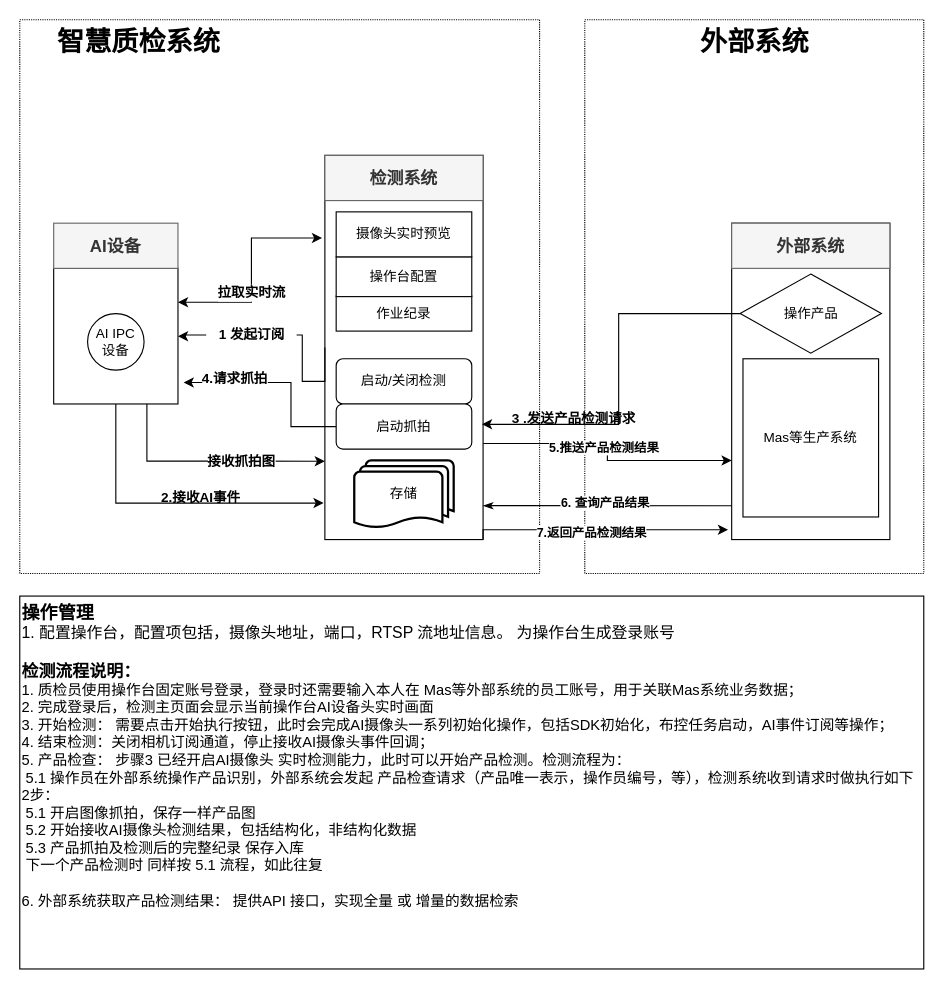
jurentiancheng/drawio-project keeps this draw.io diagram as 智能智检.drawio. Above is the earlier version. Source tidied: cells renumbered, new cells numbered last; positions are measured from the earlier drawing's top-left corner, leaving out a move shared by most shapes. Both pictures are drawn from the tidied source at 113%, with x=0, y=0 at pixel (19, 19).
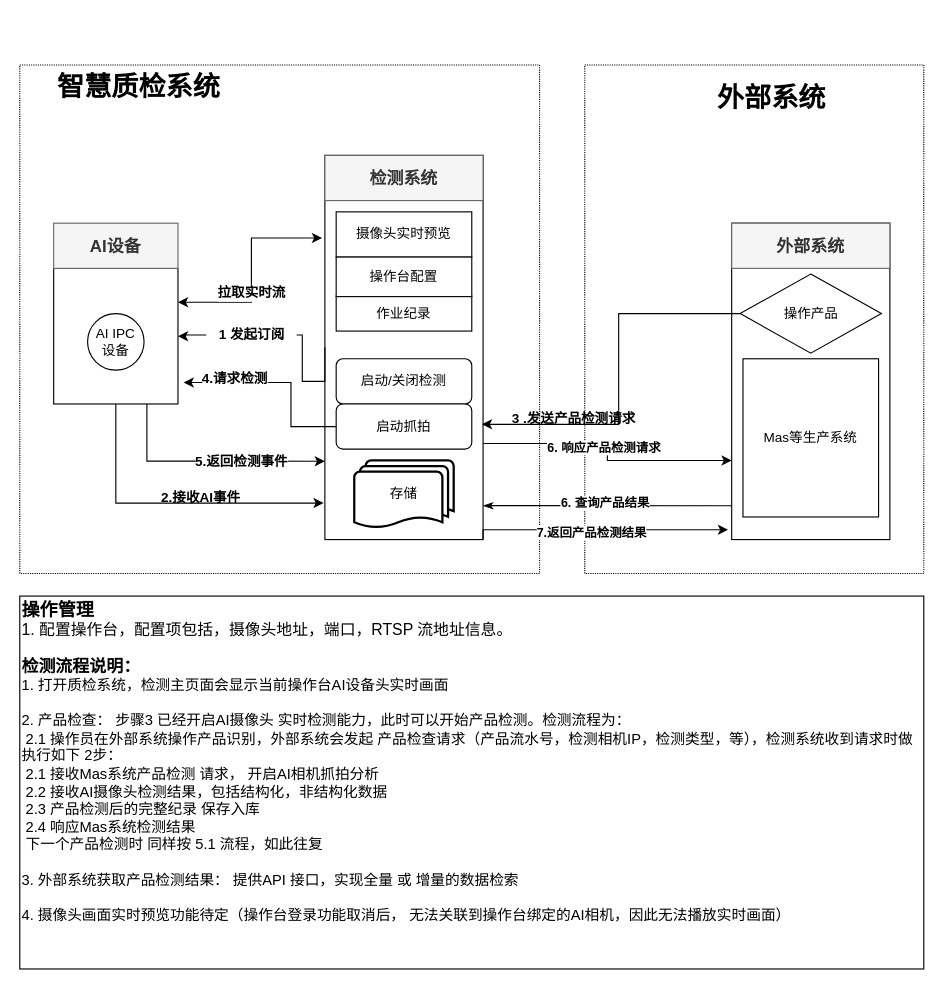
The same page after the edit.

Commit message:
更新智能智检.drawio

The change refers to these unchanged cells:
```xml
<mxCell id="4" style="edgeStyle=orthogonalEdgeStyle;rounded=0;jettySize=auto;html=1;exitX=1;exitY=0.75;exitDx=0;exitDy=0;entryX=0;entryY=0.75;entryDx=0;entryDy=0;" parent="1" edge="1" source="6" target="12">
  <mxGeometry relative="1" as="geometry" />
</mxCell>
<mxCell id="27" style="edgeStyle=orthogonalEdgeStyle;rounded=0;jettySize=auto;html=1;" parent="1" edge="1" source="20">
  <mxGeometry relative="1" as="geometry">
    <mxPoint x="145" y="321" as="targetPoint" />
    <Array as="points">
      <mxPoint x="240" y="360" />
      <mxPoint x="240" y="321" />
    </Array>
  </mxGeometry>
</mxCell>
<mxCell id="29" style="edgeStyle=orthogonalEdgeStyle;rounded=0;jettySize=auto;html=1;exitX=0.75;exitY=1;exitDx=0;exitDy=0;entryX=0;entryY=0.796;entryDx=0;entryDy=0;entryPerimeter=0;" parent="1" edge="1" source="16" target="6">
  <mxGeometry relative="1" as="geometry" />
</mxCell>
```

Change to the diagram source:
```diff
@@
     <mxCell id="2" style="rounded=0;whiteSpace=wrap;html=1;dashed=1;dashPattern=1 1;" parent="1" vertex="1">
-      <mxGeometry x="500" width="300" height="490" as="geometry" />
+      <mxGeometry x="500" y="40" width="300" height="450" as="geometry" />
     </mxCell>
     <mxCell id="3" style="rounded=0;whiteSpace=wrap;html=1;dashed=1;dashPattern=1 1;" parent="1" vertex="1">
-      <mxGeometry width="460" height="490" as="geometry" />
+      <mxGeometry y="40" width="460" height="450" as="geometry" />
     </mxCell>
@@
-    <mxCell id="5" value="5.推送产品检测结果" style="edgeLabel;html=1;align=center;verticalAlign=middle;fontStyle=1;" parent="4" vertex="1">
+    <mxCell id="5" value="6. 响应产品检测请求" style="edgeLabel;html=1;align=center;verticalAlign=middle;fontStyle=1;" parent="4" vertex="1">
       <mxGeometry x="-0.04" y="-4" relative="1" as="geometry" />
     </mxCell>
@@
-    <mxCell id="28" value="4.请求抓拍" style="edgeLabel;html=1;align=center;verticalAlign=middle;fontSize=12;fontStyle=1;" parent="27" vertex="1">
+    <mxCell id="28" value="4.请求检测" style="edgeLabel;html=1;align=center;verticalAlign=middle;fontSize=12;fontStyle=1;" parent="27" vertex="1">
       <mxGeometry x="0.49" y="-4" relative="1" as="geometry" />
     </mxCell>
@@
-    <mxCell id="30" value="接收抓拍图" style="edgeLabel;html=1;align=center;verticalAlign=middle;fontSize=12;fontStyle=1;" parent="29" vertex="1">
+    <mxCell id="30" value="5.返回检测事件" style="edgeLabel;html=1;align=center;verticalAlign=middle;fontSize=12;fontStyle=1;" parent="29" vertex="1">
       <mxGeometry x="0.29" relative="1" as="geometry" />
     </mxCell>
@@
     <mxCell id="36" value="智慧质检系统" style="text;strokeColor=none;fillColor=none;html=1;fontSize=24;fontStyle=1;verticalAlign=middle;align=center;" parent="1" vertex="1">
-      <mxGeometry x="30" width="150" height="40" as="geometry" />
+      <mxGeometry x="30" y="40" width="150" height="40" as="geometry" />
     </mxCell>
     <mxCell id="37" value="外部系统" style="text;strokeColor=none;fillColor=none;html=1;fontSize=24;fontStyle=1;verticalAlign=middle;align=center;" parent="1" vertex="1">
-      <mxGeometry x="575" width="150" height="40" as="geometry" />
+      <mxGeometry x="590" y="50" width="150" height="40" as="geometry" />
     </mxCell>
@@
-    <mxCell id="39" value="&lt;div&gt;&lt;font style=&quot;font-size: 16px;&quot;&gt;操作管理&lt;/font&gt;&lt;/div&gt;&lt;div&gt;&lt;span style=&quot;font-weight: normal;&quot;&gt;&lt;font style=&quot;font-size: 14px;&quot;&gt;1. 配置操作台，配置项包括，摄像头地址，端口，RTSP 流地址信息。 为操作台生成登录账号&lt;/font&gt;&lt;/span&gt;&lt;br&gt;&lt;/div&gt;&lt;div&gt;&lt;br&gt;&lt;/div&gt;&lt;div&gt;&lt;font style=&quot;font-size: 15px;&quot;&gt;检测流程说明：&lt;/font&gt;&lt;/div&gt;&lt;div&gt;&lt;span style=&quot;font-weight: normal;&quot;&gt;1. 质检员使用操作台固定账号登录，登录时还需要输入本人在 Mas等外部系统的员工账号，用于关联Mas系统业务数据；&lt;/span&gt;&lt;/div&gt;&lt;div&gt;&lt;span style=&quot;font-weight: normal;&quot;&gt;2. 完成登录后，检测主页面会显示当前操作台AI设备头实时画面&lt;/span&gt;&lt;/div&gt;&lt;div&gt;&lt;span style=&quot;font-weight: normal;&quot;&gt;3. 开始检测： 需要点击开始执行按钮，此时会完成AI摄像头一系列初始化操作，包括SDK初始化，布控任务启动，AI事件订阅等操作；&lt;/span&gt;&lt;/div&gt;&lt;div&gt;&lt;span style=&quot;font-weight: normal;&quot;&gt;4. 结束检测：关闭相机订阅通道，停止接收AI摄像头事件回调；&lt;/span&gt;&lt;/div&gt;&lt;div&gt;&lt;span style=&quot;font-weight: normal;&quot;&gt;5. 产品检查： 步骤3 已经开启AI摄像头 实时检测能力，此时可以开始产品检测。检测流程为：&lt;/span&gt;&lt;/div&gt;&lt;div&gt;&lt;span style=&quot;font-weight: normal;&quot;&gt;&amp;nbsp;5.1 操作员在外部系统操作产品识别，外部系统会发起 产品检查请求（产品唯一表示，操作员编号，等），检测系统收到请求时做执行如下 2步：&lt;br&gt;&amp;nbsp;5.1 开启图像抓拍，保存一样产品图&lt;/span&gt;&lt;/div&gt;&lt;div&gt;&lt;span style=&quot;font-weight: normal;&quot;&gt;&amp;nbsp;5.2 开始接收AI摄像头检测结果，包括结构化，非结构化数据&lt;/span&gt;&lt;/div&gt;&lt;div&gt;&lt;span style=&quot;font-weight: normal;&quot;&gt;&amp;nbsp;5.3 产品抓拍及检测后的完整纪录 保存入库&lt;/span&gt;&lt;/div&gt;&lt;div&gt;&lt;span style=&quot;font-weight: normal;&quot;&gt;&amp;nbsp;下一个产品检测时 同样按 5.1 流程，如此往复&lt;/span&gt;&lt;/div&gt;&lt;div&gt;&lt;span style=&quot;font-weight: normal;&quot;&gt;&lt;br&gt;&lt;/span&gt;&lt;/div&gt;&lt;div&gt;&lt;span style=&quot;font-weight: normal;&quot;&gt;6. 外部系统获取产品检测结果： 提供API 接口，实现全量 或 增量的数据检索&lt;/span&gt;&lt;/div&gt;&lt;div&gt;&amp;nbsp;&lt;/div&gt;&lt;div&gt;&lt;br&gt;&lt;/div&gt;&lt;div&gt;&lt;br&gt;&lt;/div&gt;" style="text;html=1;whiteSpace=wrap;verticalAlign=middle;overflow=hidden;fontStyle=1;fontSize=13;align=left;" parent="1" vertex="1">
+    <mxCell id="39" value="&lt;div&gt;&lt;font style=&quot;font-size: 16px;&quot;&gt;操作管理&lt;/font&gt;&lt;/div&gt;&lt;div&gt;&lt;span style=&quot;font-weight: normal;&quot;&gt;&lt;font style=&quot;font-size: 14px;&quot;&gt;1. 配置操作台，配置项包括，摄像头地址，端口，RTSP 流地址信息。&lt;/font&gt;&lt;/span&gt;&lt;br&gt;&lt;/div&gt;&lt;div&gt;&lt;br&gt;&lt;/div&gt;&lt;div&gt;&lt;font style=&quot;font-size: 15px;&quot;&gt;检测流程说明：&lt;/font&gt;&lt;/div&gt;&lt;div&gt;&lt;font style=&quot;color: light-dark(rgb(0, 0, 0), rgb(255, 51, 51));&quot;&gt;&lt;span style=&quot;font-weight: normal;&quot;&gt;1. 打开质检系统，&lt;/span&gt;&lt;span style=&quot;font-weight: normal; background-color: transparent;&quot;&gt;检测主页面会显示当前操作台AI设备头实时画面&lt;/span&gt;&lt;/font&gt;&lt;/div&gt;&lt;div&gt;&lt;br&gt;&lt;/div&gt;&lt;div&gt;&lt;span style=&quot;font-weight: normal;&quot;&gt;2. 产品检查： 步骤3 已经开启AI摄像头 实时检测能力，此时可以开始产品检测。检测流程为：&lt;/span&gt;&lt;/div&gt;&lt;div&gt;&lt;span style=&quot;font-weight: normal;&quot;&gt;&amp;nbsp;2.1 操作员在外部系统操作产品识别，外部系统会发起 产品检查请求（产品流水号，检测相机IP，检测类型，等），检测系统收到请求时做执行如下 2步：&lt;br&gt;&amp;nbsp;2.1 接收Mas系统产品检测 请求， 开启AI相机抓拍分析&lt;/span&gt;&lt;/div&gt;&lt;div&gt;&lt;span style=&quot;font-weight: normal;&quot;&gt;&amp;nbsp;2.2 接收AI摄像头检测结果，包括结构化，非结构化数据&lt;/span&gt;&lt;/div&gt;&lt;div&gt;&lt;span style=&quot;font-weight: normal;&quot;&gt;&amp;nbsp;2.3 产品检测后的完整纪录 保存入库&lt;/span&gt;&lt;/div&gt;&lt;div&gt;&lt;span style=&quot;font-weight: normal;&quot;&gt;&amp;nbsp;2.4 响应Mas系统检测结果&lt;/span&gt;&lt;/div&gt;&lt;div&gt;&lt;span style=&quot;font-weight: normal;&quot;&gt;&amp;nbsp;下一个产品检测时 同样按 5.1 流程，如此往复&lt;/span&gt;&lt;/div&gt;&lt;div&gt;&lt;span style=&quot;font-weight: normal;&quot;&gt;&lt;br&gt;&lt;/span&gt;&lt;/div&gt;&lt;div&gt;&lt;span style=&quot;font-weight: normal;&quot;&gt;3. 外部系统获取产品检测结果： 提供API 接口，实现全量 或 增量的数据检索&lt;/span&gt;&lt;/div&gt;&lt;div&gt;&lt;span style=&quot;font-weight: normal;&quot;&gt;&lt;br&gt;&lt;/span&gt;&lt;/div&gt;&lt;div&gt;&lt;span style=&quot;font-weight: 400;&quot;&gt;&lt;font style=&quot;color: light-dark(rgb(0, 0, 0), rgb(255, 51, 51));&quot;&gt;4. 摄像头画面实时预览功能待定（操作台登录功能取消后， 无法关联到操作台绑定的AI相机，因此无法播放实时画面）&lt;/font&gt;&lt;/span&gt;&lt;/div&gt;&lt;div&gt;&amp;nbsp;&lt;/div&gt;&lt;div&gt;&lt;br&gt;&lt;/div&gt;&lt;div&gt;&lt;br&gt;&lt;/div&gt;" style="text;html=1;whiteSpace=wrap;verticalAlign=middle;overflow=hidden;fontStyle=1;fontSize=13;align=left;" parent="1" vertex="1">
       <mxGeometry y="510" width="800" height="330" as="geometry" />
     </mxCell>
@@
-    <mxCell id="41" value="摄像头实时预览" style="rounded=0;whiteSpace=wrap;html=1;fontSize=12;" parent="1" vertex="1">
+    <mxCell id="41" value="摄像头实时预览" style="rounded=0;whiteSpace=wrap;html=1;fontSize=12;textShadow=0;labelBackgroundColor=default;fillStyle=auto;fontColor=light-dark(#000000,#CC0000);" parent="1" vertex="1">
       <mxGeometry x="280" y="170" width="120" height="40" as="geometry" />
     </mxCell>
```
